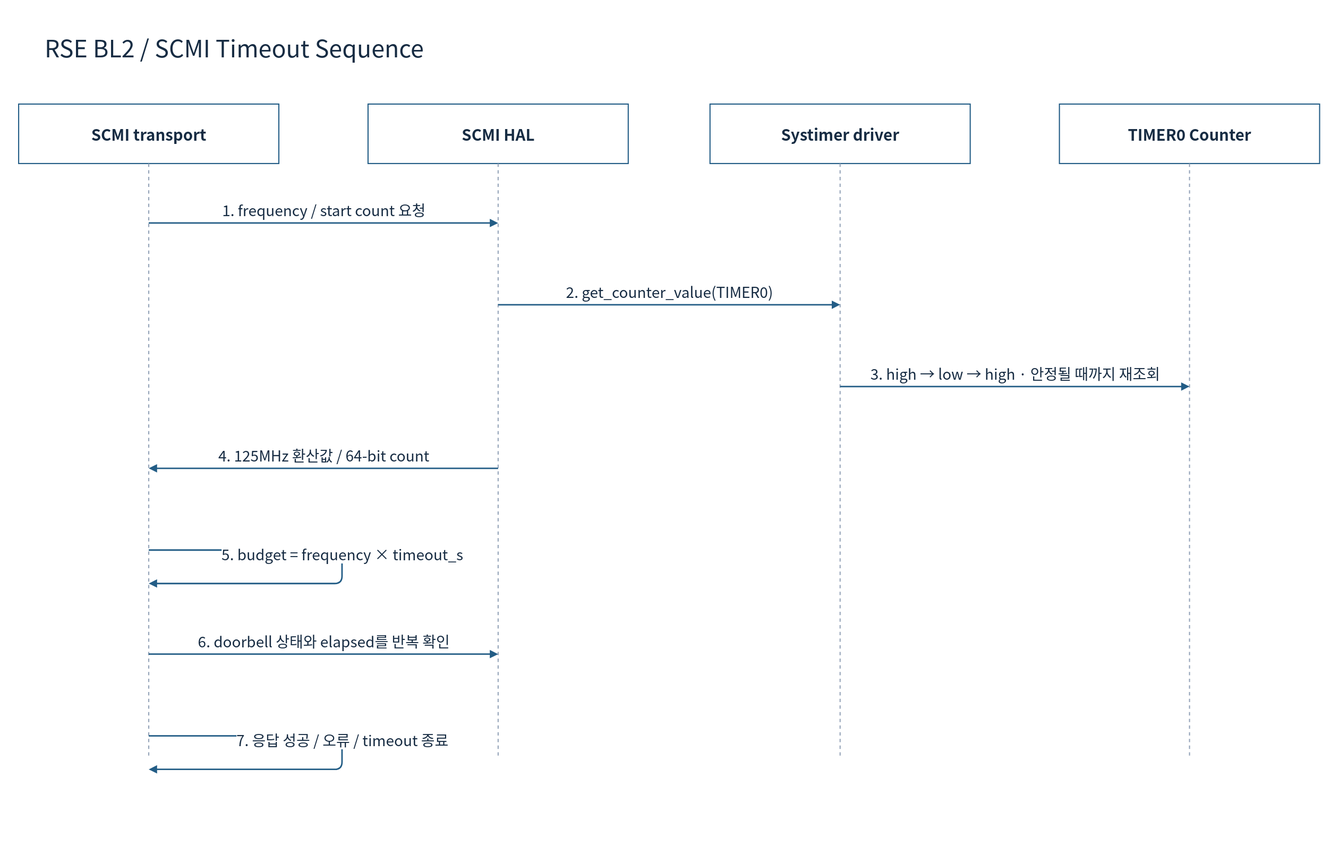
Above: doc/phase1/timer/diagrams/08h-tfm-poll-sequence.drawio.svg in cometzero/project-apollo (draw.io), before the change. Source tidied: cells renumbered, new cells last; positions are measured from the earlier drawing's top-left corner, leaving out a move shared by most shapes. Source of this version:
```xml
<mxGraphModel background="#FFFFFF">
  <root>
    <mxCell id="0" />
    <mxCell id="1" parent="0" />
    <mxCell id="2" style="rounded=0;whiteSpace=wrap;html=1;fillColor=#FFFFFF;strokeColor=none;strokeWidth=1.5;fontColor=#172C43;fontFamily=Noto Sans CJK KR;fontSize=22;spacing=10;" parent="1" vertex="1">
      <mxGeometry width="1800" height="1160" as="geometry" />
    </mxCell>
    <mxCell id="3" value="RSE BL2 / SCMI Timeout Sequence" style="rounded=0;whiteSpace=wrap;html=1;fillColor=#FFFFFF;strokeColor=none;strokeWidth=1.5;fontColor=#172C43;fontFamily=Noto Sans CJK KR;fontSize=22;spacing=10;fontSize=32;align=left;" parent="1" vertex="1">
      <mxGeometry x="50" y="30" width="1700" height="65" as="geometry" />
    </mxCell>
    <mxCell id="4" value="SCMI transport" style="rounded=0;whiteSpace=wrap;html=1;fillColor=#FFFFFF;strokeColor=#235D86;strokeWidth=1.5;fontColor=#172C43;fontFamily=Noto Sans CJK KR;fontSize=22;spacing=10;fontStyle=1;fontSize=21;" parent="1" vertex="1">
      <mxGeometry x="25" y="140" width="350" height="80" as="geometry" />
    </mxCell>
    <mxCell id="5" style="endArrow=none;dashed=1;strokeColor=#94A3B8;strokeWidth=1.5;" parent="1" edge="1">
      <mxGeometry relative="1" as="geometry">
        <mxPoint x="200" y="220" as="sourcePoint" />
        <mxPoint x="200" y="1020" as="targetPoint" />
      </mxGeometry>
    </mxCell>
    <mxCell id="6" value="SCMI HAL" style="rounded=0;whiteSpace=wrap;html=1;fillColor=#FFFFFF;strokeColor=#235D86;strokeWidth=1.5;fontColor=#172C43;fontFamily=Noto Sans CJK KR;fontSize=22;spacing=10;fontStyle=1;fontSize=21;" parent="1" vertex="1">
      <mxGeometry x="495" y="140" width="350" height="80" as="geometry" />
    </mxCell>
    <mxCell id="7" style="endArrow=none;dashed=1;strokeColor=#94A3B8;strokeWidth=1.5;" parent="1" edge="1">
      <mxGeometry relative="1" as="geometry">
        <mxPoint x="670" y="220" as="sourcePoint" />
        <mxPoint x="670" y="1020" as="targetPoint" />
      </mxGeometry>
    </mxCell>
    <mxCell id="8" value="Systimer driver" style="rounded=0;whiteSpace=wrap;html=1;fillColor=#FFFFFF;strokeColor=#235D86;strokeWidth=1.5;fontColor=#172C43;fontFamily=Noto Sans CJK KR;fontSize=22;spacing=10;fontStyle=1;fontSize=21;" parent="1" vertex="1">
      <mxGeometry x="955" y="140" width="350" height="80" as="geometry" />
    </mxCell>
    <mxCell id="9" style="endArrow=none;dashed=1;strokeColor=#94A3B8;strokeWidth=1.5;" parent="1" edge="1">
      <mxGeometry relative="1" as="geometry">
        <mxPoint x="1130" y="220" as="sourcePoint" />
        <mxPoint x="1130" y="1020" as="targetPoint" />
      </mxGeometry>
    </mxCell>
    <mxCell id="10" value="TIMER0 Counter" style="rounded=0;whiteSpace=wrap;html=1;fillColor=#FFFFFF;strokeColor=#235D86;strokeWidth=1.5;fontColor=#172C43;fontFamily=Noto Sans CJK KR;fontSize=22;spacing=10;fontStyle=1;fontSize=21;" parent="1" vertex="1">
      <mxGeometry x="1425" y="140" width="350" height="80" as="geometry" />
    </mxCell>
    <mxCell id="11" style="endArrow=none;dashed=1;strokeColor=#94A3B8;strokeWidth=1.5;" parent="1" edge="1">
      <mxGeometry relative="1" as="geometry">
        <mxPoint x="1600" y="220" as="sourcePoint" />
        <mxPoint x="1600" y="1020" as="targetPoint" />
      </mxGeometry>
    </mxCell>
    <mxCell id="12" value="1. frequency / start count 요청" style="edgeStyle=none;html=1;endArrow=block;endFill=1;strokeColor=#235D86;strokeWidth=2;fontColor=#172C43;fontFamily=Noto Sans CJK KR;fontSize=20;labelBackgroundColor=#FFFFFF;" parent="1" edge="1">
      <mxGeometry relative="1" as="geometry">
        <mxPoint x="200" y="300" as="sourcePoint" />
        <mxPoint x="670" y="300" as="targetPoint" />
        <mxPoint y="-18" as="offset" />
      </mxGeometry>
    </mxCell>
    <mxCell id="13" value="2. get_counter_value(TIMER0)" style="edgeStyle=none;html=1;endArrow=block;endFill=1;strokeColor=#235D86;strokeWidth=2;fontColor=#172C43;fontFamily=Noto Sans CJK KR;fontSize=20;labelBackgroundColor=#FFFFFF;" parent="1" edge="1">
      <mxGeometry relative="1" as="geometry">
        <mxPoint x="670" y="410" as="sourcePoint" />
        <mxPoint x="1130" y="410" as="targetPoint" />
        <mxPoint y="-18" as="offset" />
      </mxGeometry>
    </mxCell>
    <mxCell id="14" value="3. high → low → high · 안정될 때까지 재조회" style="edgeStyle=none;html=1;endArrow=block;endFill=1;strokeColor=#235D86;strokeWidth=2;fontColor=#172C43;fontFamily=Noto Sans CJK KR;fontSize=20;labelBackgroundColor=#FFFFFF;" parent="1" edge="1">
      <mxGeometry relative="1" as="geometry">
        <mxPoint x="1130" y="520" as="sourcePoint" />
        <mxPoint x="1600" y="520" as="targetPoint" />
        <mxPoint y="-18" as="offset" />
      </mxGeometry>
    </mxCell>
    <mxCell id="15" value="4. 125MHz 환산값 / 64-bit count" style="edgeStyle=none;html=1;endArrow=block;endFill=1;strokeColor=#235D86;strokeWidth=2;fontColor=#172C43;fontFamily=Noto Sans CJK KR;fontSize=20;labelBackgroundColor=#FFFFFF;" parent="1" edge="1">
      <mxGeometry relative="1" as="geometry">
        <mxPoint x="670" y="630" as="sourcePoint" />
        <mxPoint x="200" y="630" as="targetPoint" />
        <mxPoint y="-18" as="offset" />
      </mxGeometry>
    </mxCell>
    <mxCell id="16" value="5. budget = frequency × timeout_s" style="edgeStyle=none;html=1;endArrow=block;endFill=1;strokeColor=#235D86;strokeWidth=2;fontColor=#172C43;fontFamily=Noto Sans CJK KR;fontSize=20;labelBackgroundColor=#FFFFFF;" parent="1" edge="1">
      <mxGeometry relative="1" as="geometry">
        <mxPoint x="200" y="740" as="sourcePoint" />
        <mxPoint x="200" y="785" as="targetPoint" />
        <Array as="points">
          <mxPoint x="460" y="740" />
          <mxPoint x="460" y="785" />
        </Array>
        <mxPoint y="-18" as="offset" />
      </mxGeometry>
    </mxCell>
    <mxCell id="17" value="6. doorbell 상태와 elapsed를 반복 확인" style="edgeStyle=none;html=1;endArrow=block;endFill=1;strokeColor=#235D86;strokeWidth=2;fontColor=#172C43;fontFamily=Noto Sans CJK KR;fontSize=20;labelBackgroundColor=#FFFFFF;" parent="1" edge="1">
      <mxGeometry relative="1" as="geometry">
        <mxPoint x="200" y="880" as="sourcePoint" />
        <mxPoint x="670" y="880" as="targetPoint" />
        <mxPoint y="-18" as="offset" />
      </mxGeometry>
    </mxCell>
    <mxCell id="18" value="7. 응답 성공 / 오류 / timeout 종료" style="edgeStyle=none;html=1;endArrow=block;endFill=1;strokeColor=#235D86;strokeWidth=2;fontColor=#172C43;fontFamily=Noto Sans CJK KR;fontSize=20;labelBackgroundColor=#FFFFFF;" parent="1" edge="1">
      <mxGeometry relative="1" as="geometry">
        <mxPoint x="200" y="990" as="sourcePoint" />
        <mxPoint x="200" y="1035" as="targetPoint" />
        <Array as="points">
          <mxPoint x="460" y="990" />
          <mxPoint x="460" y="1035" />
        </Array>
        <mxPoint y="-18" as="offset" />
      </mxGeometry>
    </mxCell>
  </root>
</mxGraphModel>
```
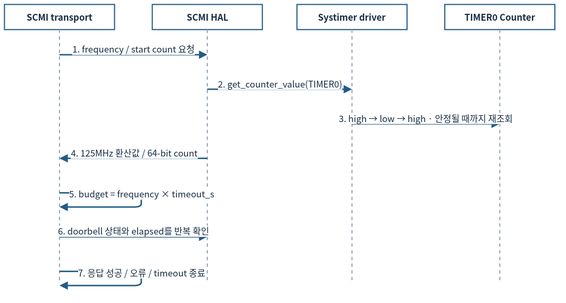
The same diagram one commit later.

Diff of the diagram source:
```diff
@@ -2,103 +2,97 @@
   <root>
     <mxCell id="0" />
     <mxCell id="1" parent="0" />
-    <mxCell id="2" style="rounded=0;whiteSpace=wrap;html=1;fillColor=#FFFFFF;strokeColor=none;strokeWidth=1.5;fontColor=#172C43;fontFamily=Noto Sans CJK KR;fontSize=22;spacing=10;" parent="1" vertex="1">
-      <mxGeometry width="1800" height="1160" as="geometry" />
-    </mxCell>
-    <mxCell id="3" value="RSE BL2 / SCMI Timeout Sequence" style="rounded=0;whiteSpace=wrap;html=1;fillColor=#FFFFFF;strokeColor=none;strokeWidth=1.5;fontColor=#172C43;fontFamily=Noto Sans CJK KR;fontSize=22;spacing=10;fontSize=32;align=left;" parent="1" vertex="1">
-      <mxGeometry x="50" y="30" width="1700" height="65" as="geometry" />
-    </mxCell>
-    <mxCell id="4" value="SCMI transport" style="rounded=0;whiteSpace=wrap;html=1;fillColor=#FFFFFF;strokeColor=#235D86;strokeWidth=1.5;fontColor=#172C43;fontFamily=Noto Sans CJK KR;fontSize=22;spacing=10;fontStyle=1;fontSize=21;" parent="1" vertex="1">
-      <mxGeometry x="25" y="140" width="350" height="80" as="geometry" />
+    <mxCell id="4" value="SCMI transport" style="rounded=0;whiteSpace=wrap;html=1;fillColor=#FFFFFF;strokeColor=#235D86;strokeWidth=1.5;fontColor=#172C43;fontFamily=Noto Sans CJK KR;fontStyle=1;fontSize=12;spacing=3;whiteSpace=wrap;" parent="1" vertex="1">
+      <mxGeometry x="12" y="12" width="148" height="33.8" as="geometry" />
     </mxCell>
-    <mxCell id="5" style="endArrow=none;dashed=1;strokeColor=#94A3B8;strokeWidth=1.5;" parent="1" edge="1">
+    <mxCell id="5" style="endArrow=none;dashed=1;strokeColor=#94A3B8;strokeWidth=1.5;fontSize=12;spacing=3;whiteSpace=nowrap;" parent="1" edge="1">
       <mxGeometry relative="1" as="geometry">
-        <mxPoint x="200" y="220" as="sourcePoint" />
-        <mxPoint x="200" y="1020" as="targetPoint" />
+        <mxPoint x="86" y="45.8" as="sourcePoint" />
+        <mxPoint x="86" y="384.1" as="targetPoint" />
       </mxGeometry>
     </mxCell>
-    <mxCell id="6" value="SCMI HAL" style="rounded=0;whiteSpace=wrap;html=1;fillColor=#FFFFFF;strokeColor=#235D86;strokeWidth=1.5;fontColor=#172C43;fontFamily=Noto Sans CJK KR;fontSize=22;spacing=10;fontStyle=1;fontSize=21;" parent="1" vertex="1">
-      <mxGeometry x="495" y="140" width="350" height="80" as="geometry" />
+    <mxCell id="6" value="SCMI HAL" style="rounded=0;whiteSpace=wrap;html=1;fillColor=#FFFFFF;strokeColor=#235D86;strokeWidth=1.5;fontColor=#172C43;fontFamily=Noto Sans CJK KR;fontStyle=1;fontSize=12;spacing=3;whiteSpace=wrap;" parent="1" vertex="1">
+      <mxGeometry x="210.7" y="12" width="148" height="33.8" as="geometry" />
     </mxCell>
-    <mxCell id="7" style="endArrow=none;dashed=1;strokeColor=#94A3B8;strokeWidth=1.5;" parent="1" edge="1">
+    <mxCell id="7" style="endArrow=none;dashed=1;strokeColor=#94A3B8;strokeWidth=1.5;fontSize=12;spacing=3;whiteSpace=nowrap;" parent="1" edge="1">
       <mxGeometry relative="1" as="geometry">
-        <mxPoint x="670" y="220" as="sourcePoint" />
-        <mxPoint x="670" y="1020" as="targetPoint" />
+        <mxPoint x="284.7" y="45.8" as="sourcePoint" />
+        <mxPoint x="284.7" y="384.1" as="targetPoint" />
       </mxGeometry>
     </mxCell>
-    <mxCell id="8" value="Systimer driver" style="rounded=0;whiteSpace=wrap;html=1;fillColor=#FFFFFF;strokeColor=#235D86;strokeWidth=1.5;fontColor=#172C43;fontFamily=Noto Sans CJK KR;fontSize=22;spacing=10;fontStyle=1;fontSize=21;" parent="1" vertex="1">
-      <mxGeometry x="955" y="140" width="350" height="80" as="geometry" />
+    <mxCell id="8" value="Systimer driver" style="rounded=0;whiteSpace=wrap;html=1;fillColor=#FFFFFF;strokeColor=#235D86;strokeWidth=1.5;fontColor=#172C43;fontFamily=Noto Sans CJK KR;fontStyle=1;fontSize=12;spacing=3;whiteSpace=wrap;" parent="1" vertex="1">
+      <mxGeometry x="405.3" y="12" width="148" height="33.8" as="geometry" />
     </mxCell>
-    <mxCell id="9" style="endArrow=none;dashed=1;strokeColor=#94A3B8;strokeWidth=1.5;" parent="1" edge="1">
+    <mxCell id="9" style="endArrow=none;dashed=1;strokeColor=#94A3B8;strokeWidth=1.5;fontSize=12;spacing=3;whiteSpace=nowrap;" parent="1" edge="1">
       <mxGeometry relative="1" as="geometry">
-        <mxPoint x="1130" y="220" as="sourcePoint" />
-        <mxPoint x="1130" y="1020" as="targetPoint" />
+        <mxPoint x="479.3" y="45.8" as="sourcePoint" />
+        <mxPoint x="479.3" y="384.1" as="targetPoint" />
       </mxGeometry>
     </mxCell>
-    <mxCell id="10" value="TIMER0 Counter" style="rounded=0;whiteSpace=wrap;html=1;fillColor=#FFFFFF;strokeColor=#235D86;strokeWidth=1.5;fontColor=#172C43;fontFamily=Noto Sans CJK KR;fontSize=22;spacing=10;fontStyle=1;fontSize=21;" parent="1" vertex="1">
-      <mxGeometry x="1425" y="140" width="350" height="80" as="geometry" />
+    <mxCell id="10" value="TIMER0 Counter" style="rounded=0;whiteSpace=wrap;html=1;fillColor=#FFFFFF;strokeColor=#235D86;strokeWidth=1.5;fontColor=#172C43;fontFamily=Noto Sans CJK KR;fontStyle=1;fontSize=12;spacing=3;whiteSpace=wrap;" parent="1" vertex="1">
+      <mxGeometry x="604" y="12" width="148" height="33.8" as="geometry" />
     </mxCell>
-    <mxCell id="11" style="endArrow=none;dashed=1;strokeColor=#94A3B8;strokeWidth=1.5;" parent="1" edge="1">
+    <mxCell id="11" style="endArrow=none;dashed=1;strokeColor=#94A3B8;strokeWidth=1.5;fontSize=12;spacing=3;whiteSpace=nowrap;" parent="1" edge="1">
       <mxGeometry relative="1" as="geometry">
-        <mxPoint x="1600" y="220" as="sourcePoint" />
-        <mxPoint x="1600" y="1020" as="targetPoint" />
+        <mxPoint x="678" y="45.8" as="sourcePoint" />
+        <mxPoint x="678" y="384.1" as="targetPoint" />
       </mxGeometry>
     </mxCell>
-    <mxCell id="12" value="1. frequency / start count 요청" style="edgeStyle=none;html=1;endArrow=block;endFill=1;strokeColor=#235D86;strokeWidth=2;fontColor=#172C43;fontFamily=Noto Sans CJK KR;fontSize=20;labelBackgroundColor=#FFFFFF;" parent="1" edge="1">
+    <mxCell id="12" value="1. frequency / start count 요청" style="edgeStyle=none;html=1;endArrow=block;endFill=1;strokeColor=#235D86;strokeWidth=2;fontColor=#172C43;fontFamily=Noto Sans CJK KR;labelBackgroundColor=#FFFFFF;fontSize=12;spacing=3;whiteSpace=nowrap;" parent="1" edge="1">
       <mxGeometry relative="1" as="geometry">
-        <mxPoint x="200" y="300" as="sourcePoint" />
-        <mxPoint x="670" y="300" as="targetPoint" />
-        <mxPoint y="-18" as="offset" />
+        <mxPoint x="86" y="79.7" as="sourcePoint" />
+        <mxPoint x="284.7" y="79.7" as="targetPoint" />
+        <mxPoint y="-7.6" as="offset" />
       </mxGeometry>
     </mxCell>
-    <mxCell id="13" value="2. get_counter_value(TIMER0)" style="edgeStyle=none;html=1;endArrow=block;endFill=1;strokeColor=#235D86;strokeWidth=2;fontColor=#172C43;fontFamily=Noto Sans CJK KR;fontSize=20;labelBackgroundColor=#FFFFFF;" parent="1" edge="1">
+    <mxCell id="13" value="2. get_counter_value(TIMER0)" style="edgeStyle=none;html=1;endArrow=block;endFill=1;strokeColor=#235D86;strokeWidth=2;fontColor=#172C43;fontFamily=Noto Sans CJK KR;labelBackgroundColor=#FFFFFF;fontSize=12;spacing=3;whiteSpace=nowrap;" parent="1" edge="1">
       <mxGeometry relative="1" as="geometry">
-        <mxPoint x="670" y="410" as="sourcePoint" />
-        <mxPoint x="1130" y="410" as="targetPoint" />
-        <mxPoint y="-18" as="offset" />
+        <mxPoint x="284.7" y="126.2" as="sourcePoint" />
+        <mxPoint x="479.3" y="126.2" as="targetPoint" />
+        <mxPoint y="-7.6" as="offset" />
       </mxGeometry>
     </mxCell>
-    <mxCell id="14" value="3. high → low → high · 안정될 때까지 재조회" style="edgeStyle=none;html=1;endArrow=block;endFill=1;strokeColor=#235D86;strokeWidth=2;fontColor=#172C43;fontFamily=Noto Sans CJK KR;fontSize=20;labelBackgroundColor=#FFFFFF;" parent="1" edge="1">
+    <mxCell id="14" value="3. high → low → high · 안정될 때까지 재조회" style="edgeStyle=none;html=1;endArrow=block;endFill=1;strokeColor=#235D86;strokeWidth=2;fontColor=#172C43;fontFamily=Noto Sans CJK KR;labelBackgroundColor=#FFFFFF;fontSize=12;spacing=3;whiteSpace=nowrap;" parent="1" edge="1">
       <mxGeometry relative="1" as="geometry">
-        <mxPoint x="1130" y="520" as="sourcePoint" />
-        <mxPoint x="1600" y="520" as="targetPoint" />
-        <mxPoint y="-18" as="offset" />
+        <mxPoint x="479.3" y="172.7" as="sourcePoint" />
+        <mxPoint x="678" y="172.7" as="targetPoint" />
+        <mxPoint y="-7.6" as="offset" />
       </mxGeometry>
     </mxCell>
-    <mxCell id="15" value="4. 125MHz 환산값 / 64-bit count" style="edgeStyle=none;html=1;endArrow=block;endFill=1;strokeColor=#235D86;strokeWidth=2;fontColor=#172C43;fontFamily=Noto Sans CJK KR;fontSize=20;labelBackgroundColor=#FFFFFF;" parent="1" edge="1">
+    <mxCell id="15" value="4. 125MHz 환산값 / 64-bit count" style="edgeStyle=none;html=1;endArrow=block;endFill=1;strokeColor=#235D86;strokeWidth=2;fontColor=#172C43;fontFamily=Noto Sans CJK KR;labelBackgroundColor=#FFFFFF;fontSize=12;spacing=3;whiteSpace=nowrap;" parent="1" edge="1">
       <mxGeometry relative="1" as="geometry">
-        <mxPoint x="670" y="630" as="sourcePoint" />
-        <mxPoint x="200" y="630" as="targetPoint" />
-        <mxPoint y="-18" as="offset" />
+        <mxPoint x="284.7" y="219.2" as="sourcePoint" />
+        <mxPoint x="86" y="219.2" as="targetPoint" />
+        <mxPoint y="-7.6" as="offset" />
       </mxGeometry>
     </mxCell>
-    <mxCell id="16" value="5. budget = frequency × timeout_s" style="edgeStyle=none;html=1;endArrow=block;endFill=1;strokeColor=#235D86;strokeWidth=2;fontColor=#172C43;fontFamily=Noto Sans CJK KR;fontSize=20;labelBackgroundColor=#FFFFFF;" parent="1" edge="1">
+    <mxCell id="16" value="5. budget = frequency × timeout_s" style="edgeStyle=none;html=1;endArrow=block;endFill=1;strokeColor=#235D86;strokeWidth=2;fontColor=#172C43;fontFamily=Noto Sans CJK KR;labelBackgroundColor=#FFFFFF;fontSize=12;spacing=3;whiteSpace=nowrap;" parent="1" edge="1">
       <mxGeometry relative="1" as="geometry">
-        <mxPoint x="200" y="740" as="sourcePoint" />
-        <mxPoint x="200" y="785" as="targetPoint" />
+        <mxPoint x="86" y="265.7" as="sourcePoint" />
+        <mxPoint x="86" y="284.7" as="targetPoint" />
         <Array as="points">
-          <mxPoint x="460" y="740" />
-          <mxPoint x="460" y="785" />
+          <mxPoint x="195.9" y="265.7" />
+          <mxPoint x="195.9" y="284.7" />
         </Array>
-        <mxPoint y="-18" as="offset" />
+        <mxPoint y="-7.6" as="offset" />
       </mxGeometry>
     </mxCell>
-    <mxCell id="17" value="6. doorbell 상태와 elapsed를 반복 확인" style="edgeStyle=none;html=1;endArrow=block;endFill=1;strokeColor=#235D86;strokeWidth=2;fontColor=#172C43;fontFamily=Noto Sans CJK KR;fontSize=20;labelBackgroundColor=#FFFFFF;" parent="1" edge="1">
+    <mxCell id="17" value="6. doorbell 상태와 elapsed를 반복 확인" style="edgeStyle=none;html=1;endArrow=block;endFill=1;strokeColor=#235D86;strokeWidth=2;fontColor=#172C43;fontFamily=Noto Sans CJK KR;labelBackgroundColor=#FFFFFF;fontSize=12;spacing=3;whiteSpace=nowrap;" parent="1" edge="1">
       <mxGeometry relative="1" as="geometry">
-        <mxPoint x="200" y="880" as="sourcePoint" />
-        <mxPoint x="670" y="880" as="targetPoint" />
-        <mxPoint y="-18" as="offset" />
+        <mxPoint x="86" y="324.9" as="sourcePoint" />
+        <mxPoint x="284.7" y="324.9" as="targetPoint" />
+        <mxPoint y="-7.6" as="offset" />
       </mxGeometry>
     </mxCell>
-    <mxCell id="18" value="7. 응답 성공 / 오류 / timeout 종료" style="edgeStyle=none;html=1;endArrow=block;endFill=1;strokeColor=#235D86;strokeWidth=2;fontColor=#172C43;fontFamily=Noto Sans CJK KR;fontSize=20;labelBackgroundColor=#FFFFFF;" parent="1" edge="1">
+    <mxCell id="18" value="7. 응답 성공 / 오류 / timeout 종료" style="edgeStyle=none;html=1;endArrow=block;endFill=1;strokeColor=#235D86;strokeWidth=2;fontColor=#172C43;fontFamily=Noto Sans CJK KR;labelBackgroundColor=#FFFFFF;fontSize=12;spacing=3;whiteSpace=nowrap;" parent="1" edge="1">
       <mxGeometry relative="1" as="geometry">
-        <mxPoint x="200" y="990" as="sourcePoint" />
-        <mxPoint x="200" y="1035" as="targetPoint" />
+        <mxPoint x="86" y="371.4" as="sourcePoint" />
+        <mxPoint x="86" y="390.5" as="targetPoint" />
         <Array as="points">
-          <mxPoint x="460" y="990" />
-          <mxPoint x="460" y="1035" />
+          <mxPoint x="195.9" y="371.4" />
+          <mxPoint x="195.9" y="390.5" />
         </Array>
-        <mxPoint y="-18" as="offset" />
+        <mxPoint y="-7.6" as="offset" />
       </mxGeometry>
     </mxCell>
   </root>
```
